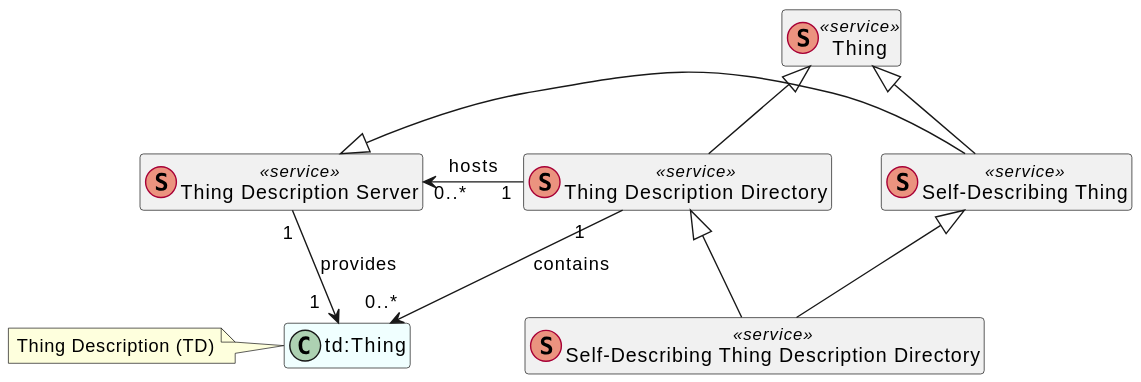
The PlantUML diagram images/exploration-class-diagram.svg in w3c/wot-discovery, before a commit.
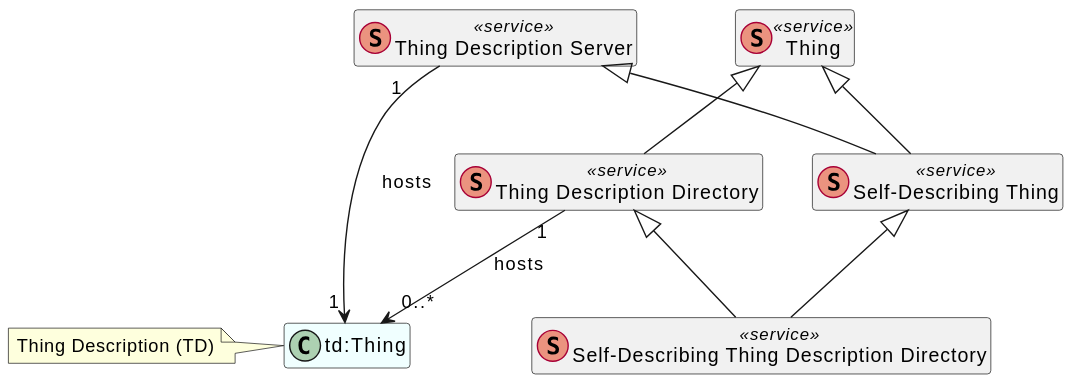
After the commit.

Commit message:
Update Exploration Class Diagram

Change to the diagram source:
```diff
@@ -19,9 +19,8 @@
 Thing <|-- Directory
 Directory <|-- SelfDirectory
 SelfDesc <|-- SelfDirectory
-Server "1" --> "1  " TD: provides
-Directory "1   " --> "   0..*" TD: contains
-Directory "   1" --> "0..*   " Server: hosts
+Directory "   1" --> "0..*   " TD: hosts
+Server "1   " --> "   1" TD: hosts
 
 
 @enduml
```
